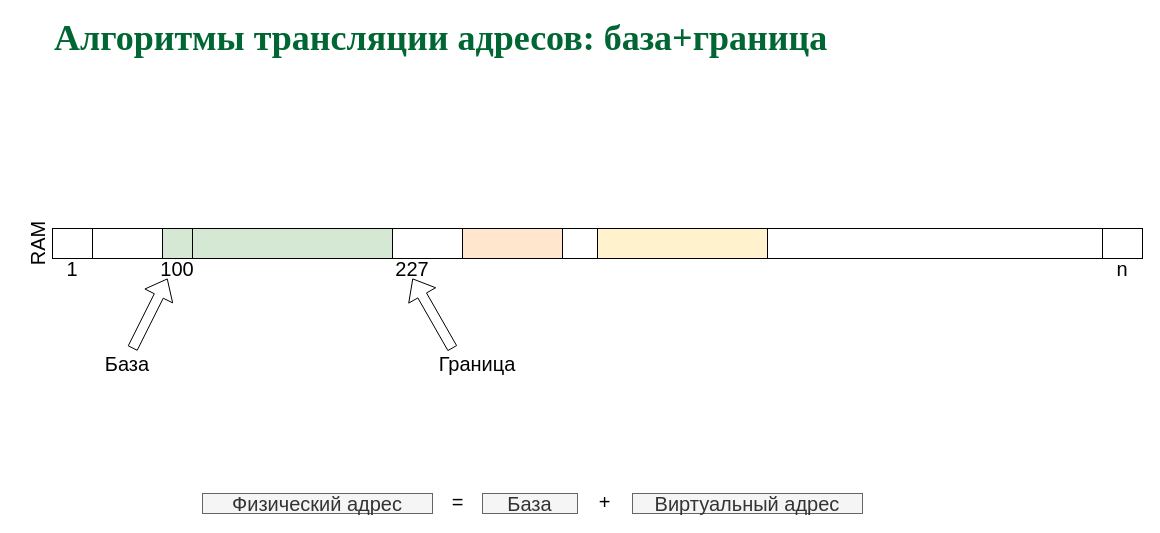
Earlier version of the draw.io diagram page "P11" (11 of 34) of slides/memmgt.drawio (77maxikov/os_course). Source tidied: cells renumbered, new cells numbered last; positions are measured from the earlier drawing's top-left corner, leaving out a move shared by most shapes. Both pictures are drawn from the tidied source at 100%, with x=0, y=0 at pixel (12, 28).
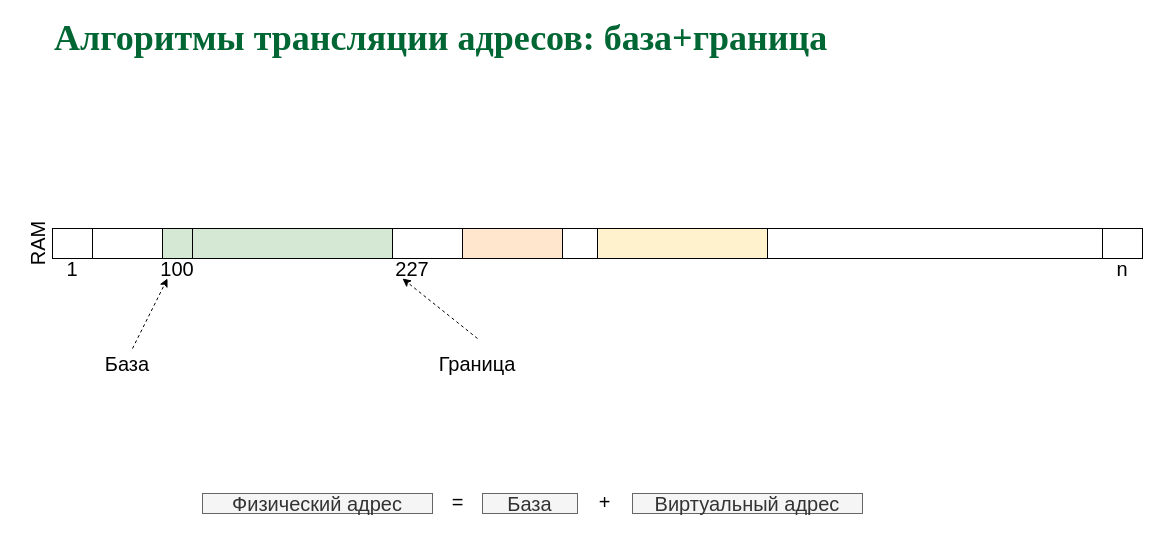
The same diagram, later.

The change refers to these unchanged cells:
```xml
<mxCell id="9" value="&lt;font style=&quot;font-size: 20px&quot;&gt;100&lt;/font&gt;" style="text;html=1;strokeColor=none;fillColor=none;align=center;verticalAlign=middle;whiteSpace=wrap;rounded=0;" parent="1" vertex="1">
  <mxGeometry x="145" y="230" width="40" height="20" as="geometry" />
</mxCell>
<mxCell id="15" value="&lt;font style=&quot;font-size: 20px&quot;&gt;227&lt;/font&gt;" style="text;html=1;strokeColor=none;fillColor=none;align=center;verticalAlign=middle;whiteSpace=wrap;rounded=0;" parent="1" vertex="1">
  <mxGeometry x="380" y="230" width="40" height="20" as="geometry" />
</mxCell>
<mxCell id="19" value="&lt;font style=&quot;font-size: 20px&quot;&gt;Граница&lt;/font&gt;" style="text;html=1;strokeColor=none;fillColor=none;align=center;verticalAlign=middle;whiteSpace=wrap;rounded=0;" parent="1" vertex="1">
  <mxGeometry x="390" y="310" width="150" height="50" as="geometry" />
</mxCell>
```

Diff of the diagram source:
```diff
@@
-    <mxCell id="16" style="shape=flexArrow;endArrow=classic;html=1;entryX=0.25;entryY=1;entryDx=0;entryDy=0;" parent="1" edge="1" target="9">
-      <mxGeometry relative="1" as="geometry">
-        <mxPoint x="120" y="320" as="sourcePoint" />
-      </mxGeometry>
-    </mxCell>
@@
-    <mxCell id="18" style="shape=flexArrow;endArrow=classic;html=1;entryX=0.5;entryY=1;entryDx=0;entryDy=0;" parent="1" edge="1" target="15">
-      <mxGeometry relative="1" as="geometry">
-        <mxPoint x="440" y="320" as="sourcePoint" />
-      </mxGeometry>
-    </mxCell>
@@
+    <mxCell id="24" style="endArrow=classic;html=1;dashed=1;entryX=0.25;entryY=1;entryDx=0;entryDy=0;" parent="1" edge="1" target="9">
+      <mxGeometry relative="1" as="geometry">
+        <mxPoint x="120" y="320" as="sourcePoint" />
+      </mxGeometry>
+    </mxCell>
+    <mxCell id="25" style="endArrow=classic;html=1;dashed=1;entryX=0.25;entryY=1;entryDx=0;entryDy=0;exitX=0.5;exitY=0;exitDx=0;exitDy=0;" parent="1" edge="1" source="19" target="15">
+      <mxGeometry relative="1" as="geometry" />
+    </mxCell>
```
